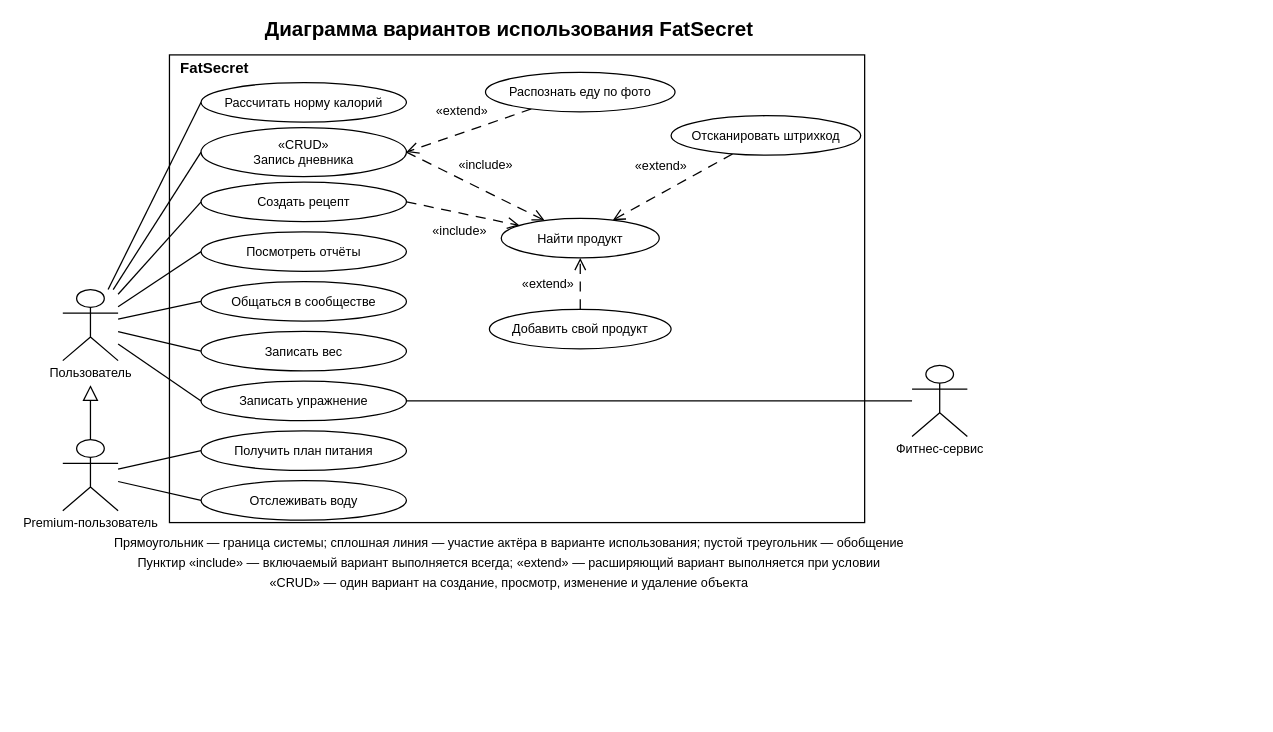
The draw.io diagram page "3.1 Варианты использования FatSecret" (9 of 11) of Лабораторная 3/Счётчик калорий.drawio in Vvvv4a40/OOAP, before the edit. Source tidied: cells renumbered, new cells numbered last; positions are measured from the earlier drawing's top-left corner, leaving out a move shared by most shapes. Both pictures are drawn from the tidied source at 79%, with x=0, y=0 at pixel (13, 13).
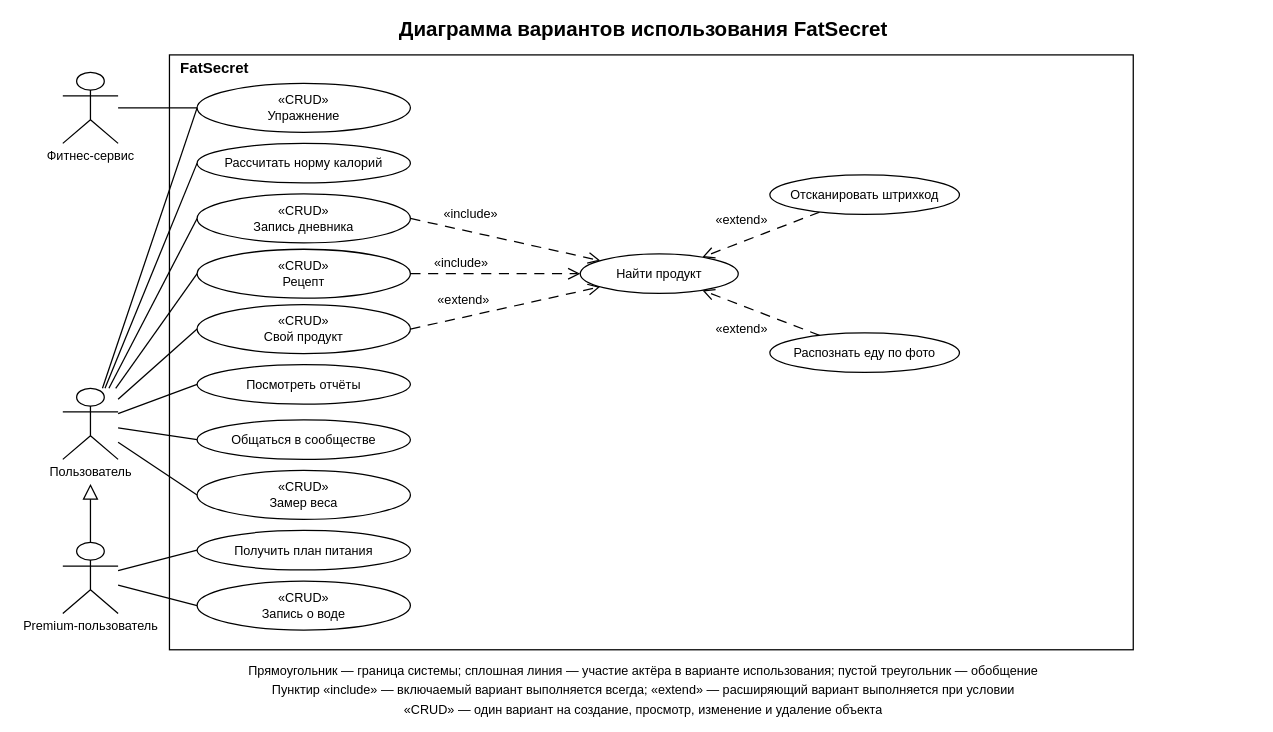
After the change.

Change to the diagram source:
```diff
@@
     <mxCell id="2" style="html=0;whiteSpace=wrap;strokeColor=#000000;strokeWidth=1.6;fontColor=#000000;fontFamily=Arial;fillColor=none;rounded=0;" parent="1" vertex="1">
-      <mxGeometry x="198" y="52" width="880" height="592" as="geometry" />
+      <mxGeometry x="198" y="52" width="1220" height="753" as="geometry" />
     </mxCell>
+    <mxCell id="18" style="edgeStyle=none;html=0;rounded=0;strokeColor=#000000;strokeWidth=1.6;fontFamily=Arial;endArrow=none;entryX=0;entryY=0.5;entryPerimeter=0;" parent="1" edge="1" source="34" target="25">
+      <mxGeometry relative="1" as="geometry" />
+    </mxCell>
+    <mxCell id="9" style="edgeStyle=none;html=0;rounded=0;strokeColor=#000000;strokeWidth=1.6;fontFamily=Arial;endArrow=none;entryX=0;entryY=0.5;entryPerimeter=0;" parent="1" edge="1" source="28" target="25">
+      <mxGeometry relative="1" as="geometry" />
+    </mxCell>
@@
+    <mxCell id="48" style="edgeStyle=none;html=0;rounded=0;strokeColor=#000000;strokeWidth=1.6;fontFamily=Arial;endArrow=none;entryX=0;entryY=0.5;entryPerimeter=0;" parent="1" edge="1" source="28" target="33">
+      <mxGeometry relative="1" as="geometry" />
+    </mxCell>
@@
-    <mxCell id="9" style="edgeStyle=none;html=0;rounded=0;strokeColor=#000000;strokeWidth=1.6;fontFamily=Arial;endArrow=none;entryX=0;entryY=0.5;entryPerimeter=0;" parent="1" edge="1" source="28" target="25">
-      <mxGeometry relative="1" as="geometry" />
-    </mxCell>
@@
     <mxCell id="12" style="edgeStyle=none;html=0;rounded=0;strokeColor=#000000;strokeWidth=1.6;fontFamily=Arial;endArrow=block;endFill=0;endSize=16;" parent="1" edge="1">
       <mxGeometry relative="1" as="geometry">
-        <mxPoint x="98" y="539" as="sourcePoint" />
-        <mxPoint x="98" y="470" as="targetPoint" />
+        <mxPoint x="98" y="669" as="sourcePoint" />
+        <mxPoint x="98" y="595" as="targetPoint" />
       </mxGeometry>
     </mxCell>
-    <mxCell id="13" style="edgeStyle=none;html=0;rounded=0;strokeColor=#000000;strokeWidth=1.6;fontFamily=Arial;dashed=1;dashPattern=8 6;endArrow=open;endFill=0;endSize=12;entryX=1;entryY=0.5;entryPerimeter=0;" parent="1" edge="1" source="30" target="20">
-      <mxGeometry relative="1" as="geometry" />
-    </mxCell>
@@
+    <mxCell id="17" style="edgeStyle=none;html=0;rounded=0;strokeColor=#000000;strokeWidth=1.6;fontFamily=Arial;dashed=1;dashPattern=8 6;endArrow=open;endFill=0;endSize=12;exitX=1;exitY=0.5;exitPerimeter=0;" parent="1" edge="1" source="33" target="31">
+      <mxGeometry relative="1" as="geometry" />
+    </mxCell>
@@
-    <mxCell id="17" style="edgeStyle=none;html=0;rounded=0;strokeColor=#000000;strokeWidth=1.6;fontFamily=Arial;dashed=1;dashPattern=8 6;endArrow=open;endFill=0;endSize=12;" parent="1" edge="1" source="33" target="31">
-      <mxGeometry relative="1" as="geometry" />
-    </mxCell>
-    <mxCell id="18" style="edgeStyle=none;html=0;rounded=0;strokeColor=#000000;strokeWidth=1.6;fontFamily=Arial;endArrow=none;entryX=1;entryY=0.5;entryPerimeter=0;" parent="1" edge="1" source="34" target="25">
-      <mxGeometry relative="1" as="geometry" />
-    </mxCell>
+    <mxCell id="49" style="edgeStyle=none;html=0;rounded=0;strokeColor=#000000;strokeWidth=1.6;fontFamily=Arial;dashed=1;dashPattern=8 6;endArrow=open;endFill=0;endSize=12;" parent="1" edge="1" source="30" target="31">
+      <mxGeometry relative="1" as="geometry" />
+    </mxCell>
+    <mxCell id="25" value="«CRUD»&#10;Упражнение" style="ellipse;html=0;whiteSpace=wrap;strokeColor=#000000;strokeWidth=1.6;fontColor=#000000;fontFamily=Arial;fillColor=#ffffff;fontSize=16;fontStyle=0;align=center;verticalAlign=middle;spacing=0;" parent="1" vertex="1">
+      <mxGeometry x="233" y="88" width="270" height="62" as="geometry" />
+    </mxCell>
     <mxCell id="19" value="Рассчитать норму калорий" style="ellipse;html=0;whiteSpace=wrap;strokeColor=#000000;strokeWidth=1.6;fontColor=#000000;fontFamily=Arial;fillColor=#ffffff;fontSize=16;fontStyle=0;align=center;verticalAlign=middle;spacing=0;" parent="1" vertex="1">
-      <mxGeometry x="238" y="87" width="260" height="50" as="geometry" />
+      <mxGeometry x="233" y="164" width="270" height="50" as="geometry" />
     </mxCell>
     <mxCell id="20" value="«CRUD»&#10;Запись дневника" style="ellipse;html=0;whiteSpace=wrap;strokeColor=#000000;strokeWidth=1.6;fontColor=#000000;fontFamily=Arial;fillColor=#ffffff;fontSize=16;fontStyle=0;align=center;verticalAlign=middle;spacing=0;" parent="1" vertex="1">
-      <mxGeometry x="238" y="144" width="260" height="62" as="geometry" />
+      <mxGeometry x="233" y="228" width="270" height="62" as="geometry" />
     </mxCell>
-    <mxCell id="21" value="Создать рецепт" style="ellipse;html=0;whiteSpace=wrap;strokeColor=#000000;strokeWidth=1.6;fontColor=#000000;fontFamily=Arial;fillColor=#ffffff;fontSize=16;fontStyle=0;align=center;verticalAlign=middle;spacing=0;" parent="1" vertex="1">
-      <mxGeometry x="238" y="213" width="260" height="50" as="geometry" />
+    <mxCell id="21" value="«CRUD»&#10;Рецепт" style="ellipse;html=0;whiteSpace=wrap;strokeColor=#000000;strokeWidth=1.6;fontColor=#000000;fontFamily=Arial;fillColor=#ffffff;fontSize=16;fontStyle=0;align=center;verticalAlign=middle;spacing=0;" parent="1" vertex="1">
+      <mxGeometry x="233" y="298" width="270" height="62" as="geometry" />
     </mxCell>
+    <mxCell id="33" value="«CRUD»&#10;Свой продукт" style="ellipse;html=0;whiteSpace=wrap;strokeColor=#000000;strokeWidth=1.6;fontColor=#000000;fontFamily=Arial;fillColor=#ffffff;fontSize=16;fontStyle=0;align=center;verticalAlign=middle;spacing=0;" parent="1" vertex="1">
+      <mxGeometry x="233" y="368" width="270" height="62" as="geometry" />
+    </mxCell>
     <mxCell id="22" value="Посмотреть отчёты" style="ellipse;html=0;whiteSpace=wrap;strokeColor=#000000;strokeWidth=1.6;fontColor=#000000;fontFamily=Arial;fillColor=#ffffff;fontSize=16;fontStyle=0;align=center;verticalAlign=middle;spacing=0;" parent="1" vertex="1">
-      <mxGeometry x="238" y="276" width="260" height="50" as="geometry" />
+      <mxGeometry x="233" y="444" width="270" height="50" as="geometry" />
     </mxCell>
     <mxCell id="23" value="Общаться в сообществе" style="ellipse;html=0;whiteSpace=wrap;strokeColor=#000000;strokeWidth=1.6;fontColor=#000000;fontFamily=Arial;fillColor=#ffffff;fontSize=16;fontStyle=0;align=center;verticalAlign=middle;spacing=0;" parent="1" vertex="1">
-      <mxGeometry x="238" y="339" width="260" height="50" as="geometry" />
+      <mxGeometry x="233" y="514" width="270" height="50" as="geometry" />
     </mxCell>
-    <mxCell id="24" value="Записать вес" style="ellipse;html=0;whiteSpace=wrap;strokeColor=#000000;strokeWidth=1.6;fontColor=#000000;fontFamily=Arial;fillColor=#ffffff;fontSize=16;fontStyle=0;align=center;verticalAlign=middle;spacing=0;" parent="1" vertex="1">
-      <mxGeometry x="238" y="402" width="260" height="50" as="geometry" />
+    <mxCell id="24" value="«CRUD»&#10;Замер веса" style="ellipse;html=0;whiteSpace=wrap;strokeColor=#000000;strokeWidth=1.6;fontColor=#000000;fontFamily=Arial;fillColor=#ffffff;fontSize=16;fontStyle=0;align=center;verticalAlign=middle;spacing=0;" parent="1" vertex="1">
+      <mxGeometry x="233" y="578" width="270" height="62" as="geometry" />
     </mxCell>
-    <mxCell id="25" value="Записать упражнение" style="ellipse;html=0;whiteSpace=wrap;strokeColor=#000000;strokeWidth=1.6;fontColor=#000000;fontFamily=Arial;fillColor=#ffffff;fontSize=16;fontStyle=0;align=center;verticalAlign=middle;spacing=0;" parent="1" vertex="1">
-      <mxGeometry x="238" y="465" width="260" height="50" as="geometry" />
-    </mxCell>
     <mxCell id="26" value="Получить план питания" style="ellipse;html=0;whiteSpace=wrap;strokeColor=#000000;strokeWidth=1.6;fontColor=#000000;fontFamily=Arial;fillColor=#ffffff;fontSize=16;fontStyle=0;align=center;verticalAlign=middle;spacing=0;" parent="1" vertex="1">
-      <mxGeometry x="238" y="528" width="260" height="50" as="geometry" />
+      <mxGeometry x="233" y="654" width="270" height="50" as="geometry" />
     </mxCell>
-    <mxCell id="27" value="Отслеживать воду" style="ellipse;html=0;whiteSpace=wrap;strokeColor=#000000;strokeWidth=1.6;fontColor=#000000;fontFamily=Arial;fillColor=#ffffff;fontSize=16;fontStyle=0;align=center;verticalAlign=middle;spacing=0;" parent="1" vertex="1">
-      <mxGeometry x="238" y="591" width="260" height="50" as="geometry" />
+    <mxCell id="27" value="«CRUD»&#10;Запись о воде" style="ellipse;html=0;whiteSpace=wrap;strokeColor=#000000;strokeWidth=1.6;fontColor=#000000;fontFamily=Arial;fillColor=#ffffff;fontSize=16;fontStyle=0;align=center;verticalAlign=middle;spacing=0;" parent="1" vertex="1">
+      <mxGeometry x="233" y="718" width="270" height="62" as="geometry" />
     </mxCell>
+    <mxCell id="34" style="shape=umlActor;html=0;whiteSpace=wrap;strokeColor=#000000;strokeWidth=1.6;fontColor=#000000;fontFamily=Arial;fillColor=#ffffff;rounded=0;" parent="1" vertex="1">
+      <mxGeometry x="63" y="74" width="70" height="90" as="geometry" />
+    </mxCell>
     <mxCell id="28" style="shape=umlActor;html=0;whiteSpace=wrap;strokeColor=#000000;strokeWidth=1.6;fontColor=#000000;fontFamily=Arial;fillColor=#ffffff;rounded=0;" parent="1" vertex="1">
-      <mxGeometry x="63" y="349" width="70" height="90" as="geometry" />
+      <mxGeometry x="63" y="474" width="70" height="90" as="geometry" />
     </mxCell>
     <mxCell id="29" style="shape=umlActor;html=0;whiteSpace=wrap;strokeColor=#000000;strokeWidth=1.6;fontColor=#000000;fontFamily=Arial;fillColor=#ffffff;rounded=0;" parent="1" vertex="1">
-      <mxGeometry x="63" y="539" width="70" height="90" as="geometry" />
+      <mxGeometry x="63" y="669" width="70" height="90" as="geometry" />
     </mxCell>
-    <mxCell id="30" value="Распознать еду по фото" style="ellipse;html=0;whiteSpace=wrap;strokeColor=#000000;strokeWidth=1.6;fontColor=#000000;fontFamily=Arial;fillColor=#ffffff;fontSize=16;fontStyle=0;align=center;verticalAlign=middle;spacing=0;" parent="1" vertex="1">
-      <mxGeometry x="598" y="74" width="240" height="50" as="geometry" />
-    </mxCell>
     <mxCell id="31" value="Найти продукт" style="ellipse;html=0;whiteSpace=wrap;strokeColor=#000000;strokeWidth=1.6;fontColor=#000000;fontFamily=Arial;fillColor=#ffffff;fontSize=16;fontStyle=0;align=center;verticalAlign=middle;spacing=0;" parent="1" vertex="1">
-      <mxGeometry x="618" y="259" width="200" height="50" as="geometry" />
+      <mxGeometry x="718" y="304" width="200" height="50" as="geometry" />
     </mxCell>
     <mxCell id="32" value="Отсканировать штрихкод" style="ellipse;html=0;whiteSpace=wrap;strokeColor=#000000;strokeWidth=1.6;fontColor=#000000;fontFamily=Arial;fillColor=#ffffff;fontSize=16;fontStyle=0;align=center;verticalAlign=middle;spacing=0;" parent="1" vertex="1">
-      <mxGeometry x="833" y="129" width="240" height="50" as="geometry" />
+      <mxGeometry x="958" y="204" width="240" height="50" as="geometry" />
     </mxCell>
-    <mxCell id="33" value="Добавить свой продукт" style="ellipse;html=0;whiteSpace=wrap;strokeColor=#000000;strokeWidth=1.6;fontColor=#000000;fontFamily=Arial;fillColor=#ffffff;fontSize=16;fontStyle=0;align=center;verticalAlign=middle;spacing=0;" parent="1" vertex="1">
-      <mxGeometry x="603" y="374" width="230" height="50" as="geometry" />
-    </mxCell>
-    <mxCell id="34" style="shape=umlActor;html=0;whiteSpace=wrap;strokeColor=#000000;strokeWidth=1.6;fontColor=#000000;fontFamily=Arial;fillColor=#ffffff;rounded=0;" parent="1" vertex="1">
-      <mxGeometry x="1138" y="445" width="70" height="90" as="geometry" />
-    </mxCell>
+    <mxCell id="30" value="Распознать еду по фото" style="ellipse;html=0;whiteSpace=wrap;strokeColor=#000000;strokeWidth=1.6;fontColor=#000000;fontFamily=Arial;fillColor=#ffffff;fontSize=16;fontStyle=0;align=center;verticalAlign=middle;spacing=0;" parent="1" vertex="1">
+      <mxGeometry x="958" y="404" width="240" height="50" as="geometry" />
+    </mxCell>
     <mxCell id="35" value="Диаграмма вариантов использования FatSecret" style="text;html=0;whiteSpace=wrap;overflow=hidden;rounded=0;strokeColor=none;fillColor=none;fontColor=#000000;fontFamily=Arial;spacing=0;fontSize=26;fontStyle=1;align=center;verticalAlign=middle;" parent="1" vertex="1">
-      <mxGeometry x="18" width="1220" height="40" as="geometry" />
+      <mxGeometry x="18" width="1560" height="40" as="geometry" />
     </mxCell>
@@
+    <mxCell id="39" value="Фитнес-сервис" style="text;html=0;whiteSpace=wrap;overflow=hidden;rounded=0;strokeColor=none;fillColor=none;fontColor=#000000;fontFamily=Arial;spacing=0;fontSize=16;fontStyle=0;align=center;verticalAlign=middle;" parent="1" vertex="1">
+      <mxGeometry x="32.5" y="168" width="131" height="22" as="geometry" />
+    </mxCell>
     <mxCell id="37" value="Пользователь" style="text;html=0;whiteSpace=wrap;overflow=hidden;rounded=0;strokeColor=none;fillColor=none;fontColor=#000000;fontFamily=Arial;spacing=0;fontSize=16;fontStyle=0;align=center;verticalAlign=middle;" parent="1" vertex="1">
-      <mxGeometry x="35.5" y="443" width="125" height="22" as="geometry" />
+      <mxGeometry x="35.5" y="568" width="125" height="22" as="geometry" />
     </mxCell>
     <mxCell id="38" value="Premium-пользователь" style="text;html=0;whiteSpace=wrap;overflow=hidden;rounded=0;strokeColor=none;fillColor=none;fontColor=#000000;fontFamily=Arial;spacing=0;fontSize=16;fontStyle=0;align=center;verticalAlign=middle;" parent="1" vertex="1">
-      <mxGeometry x="0.5" y="633" width="195" height="22" as="geometry" />
+      <mxGeometry x="0.5" y="763" width="195" height="22" as="geometry" />
     </mxCell>
-    <mxCell id="39" value="Фитнес-сервис" style="text;html=0;whiteSpace=wrap;overflow=hidden;rounded=0;strokeColor=none;fillColor=none;fontColor=#000000;fontFamily=Arial;spacing=0;fontSize=16;fontStyle=0;align=center;verticalAlign=middle;" parent="1" vertex="1">
-      <mxGeometry x="1107.5" y="539" width="131" height="22" as="geometry" />
-    </mxCell>
     <mxCell id="40" value="Прямоугольник — граница системы; сплошная линия — участие актёра в варианте использования; пустой треугольник — обобщение" style="text;html=0;whiteSpace=wrap;overflow=hidden;rounded=0;strokeColor=none;fillColor=none;fontColor=#000000;fontFamily=Arial;spacing=0;fontSize=16;fontStyle=0;align=center;verticalAlign=middle;" parent="1" vertex="1">
-      <mxGeometry x="18" y="658" width="1220" height="24" as="geometry" />
+      <mxGeometry x="18" y="819" width="1560" height="24" as="geometry" />
     </mxCell>
     <mxCell id="41" value="Пунктир «include» — включаемый вариант выполняется всегда; «extend» — расширяющий вариант выполняется при условии" style="text;html=0;whiteSpace=wrap;overflow=hidden;rounded=0;strokeColor=none;fillColor=none;fontColor=#000000;fontFamily=Arial;spacing=0;fontSize=16;fontStyle=0;align=center;verticalAlign=middle;" parent="1" vertex="1">
-      <mxGeometry x="18" y="683" width="1220" height="24" as="geometry" />
+      <mxGeometry x="18" y="844" width="1560" height="24" as="geometry" />
     </mxCell>
     <mxCell id="42" value="«CRUD» — один вариант на создание, просмотр, изменение и удаление объекта" style="text;html=0;whiteSpace=wrap;overflow=hidden;rounded=0;strokeColor=none;fillColor=none;fontColor=#000000;fontFamily=Arial;spacing=0;fontSize=16;fontStyle=0;align=center;verticalAlign=middle;" parent="1" vertex="1">
-      <mxGeometry x="18" y="708" width="1220" height="24" as="geometry" />
+      <mxGeometry x="18" y="869" width="1560" height="24" as="geometry" />
     </mxCell>
-    <mxCell id="43" value="«extend»" style="text;html=0;whiteSpace=wrap;overflow=hidden;rounded=0;strokeColor=none;fillColor=none;fontColor=#000000;fontFamily=Arial;spacing=0;fontSize=16;fontStyle=0;align=center;verticalAlign=middle;" parent="1" vertex="1">
-      <mxGeometry x="531" y="112" width="75" height="22" as="geometry" />
-    </mxCell>
     <mxCell id="44" value="«include»" style="text;html=0;whiteSpace=wrap;overflow=hidden;rounded=0;strokeColor=none;fillColor=none;fontColor=#000000;fontFamily=Arial;spacing=0;fontSize=16;fontStyle=0;align=center;verticalAlign=middle;" parent="1" vertex="1">
-      <mxGeometry x="559" y="180" width="79" height="22" as="geometry" />
+      <mxGeometry x="540" y="242" width="79" height="22" as="geometry" />
     </mxCell>
     <mxCell id="45" value="«include»" style="text;html=0;whiteSpace=wrap;overflow=hidden;rounded=0;strokeColor=none;fillColor=none;fontColor=#000000;fontFamily=Arial;spacing=0;fontSize=16;fontStyle=0;align=center;verticalAlign=middle;" parent="1" vertex="1">
-      <mxGeometry x="526" y="263" width="79" height="22" as="geometry" />
+      <mxGeometry x="528" y="304" width="79" height="22" as="geometry" />
     </mxCell>
+    <mxCell id="47" value="«extend»" style="text;html=0;whiteSpace=wrap;overflow=hidden;rounded=0;strokeColor=none;fillColor=none;fontColor=#000000;fontFamily=Arial;spacing=0;fontSize=16;fontStyle=0;align=center;verticalAlign=middle;" parent="1" vertex="1">
+      <mxGeometry x="533" y="351" width="75" height="22" as="geometry" />
+    </mxCell>
     <mxCell id="46" value="«extend»" style="text;html=0;whiteSpace=wrap;overflow=hidden;rounded=0;strokeColor=none;fillColor=none;fontColor=#000000;fontFamily=Arial;spacing=0;fontSize=16;fontStyle=0;align=center;verticalAlign=middle;" parent="1" vertex="1">
-      <mxGeometry x="783" y="181" width="75" height="22" as="geometry" />
+      <mxGeometry x="885" y="249" width="75" height="22" as="geometry" />
     </mxCell>
-    <mxCell id="47" value="«extend»" style="text;html=0;whiteSpace=wrap;overflow=hidden;rounded=0;strokeColor=none;fillColor=none;fontColor=#000000;fontFamily=Arial;spacing=0;fontSize=16;fontStyle=0;align=center;verticalAlign=middle;" parent="1" vertex="1">
-      <mxGeometry x="640" y="330" width="75" height="22" as="geometry" />
-    </mxCell>
+    <mxCell id="43" value="«extend»" style="text;html=0;whiteSpace=wrap;overflow=hidden;rounded=0;strokeColor=none;fillColor=none;fontColor=#000000;fontFamily=Arial;spacing=0;fontSize=16;fontStyle=0;align=center;verticalAlign=middle;" parent="1" vertex="1">
+      <mxGeometry x="885" y="387" width="75" height="22" as="geometry" />
+    </mxCell>
```
